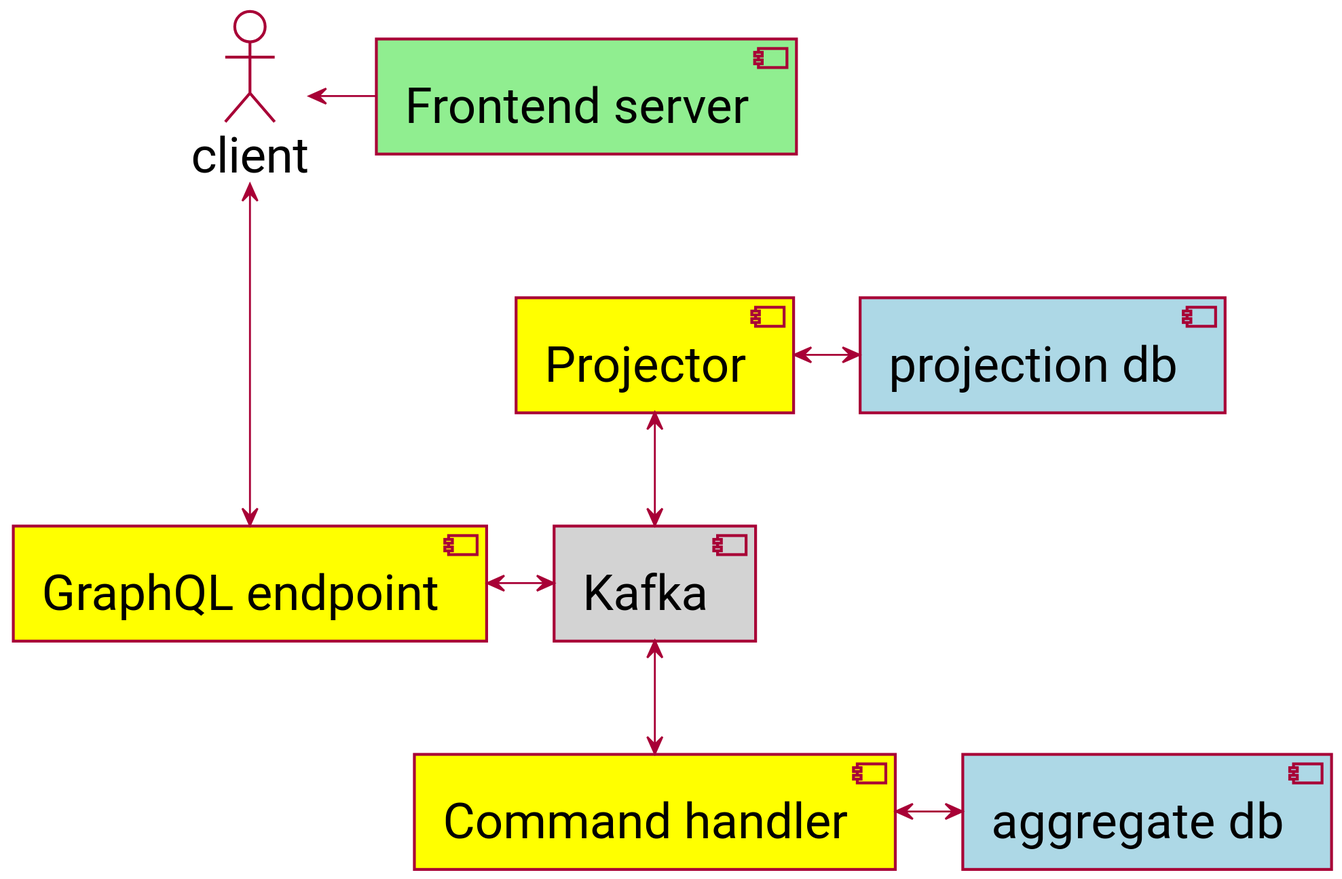
Before: docs/overview.svg, a diagram exported from PlantUML (gklijs/bkes-demo). The source it was exported from:
```plantuml
@startuml
skinparam shadowing false
skinparam defaultFontName Roboto
skinparam defaultFontSize 26

database [projection db] as pgt #LightBlue
database [aggregate db] as pgb #LightBlue
[Kafka] as ka #LightGrey
[Command handler] as ch #Yellow
[Projector] as pr #Yellow
[GraphQL endpoint] as ge #Yellow
[Frontend server] as fs #LightGreen
actor client as cl #White

ge <-right-> ka
cl <- fs
cl <---> ge
ch <-up-> ka
pr <--> ka
ch <-right-> pgb
pr <-right-> pgt
@enduml
```
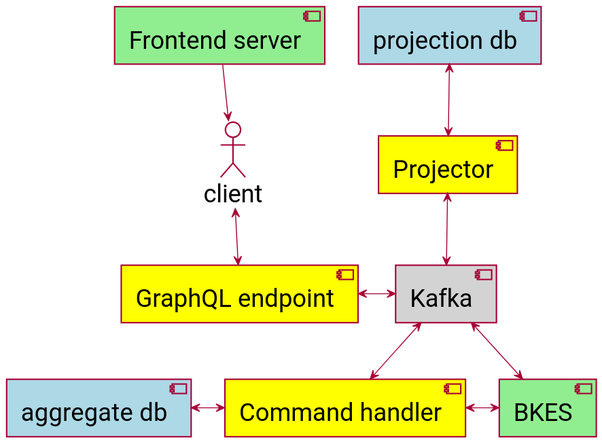
After the commit.

The edit, as a diff of the source:
```diff
@@ -10,13 +10,16 @@
 [Projector] as pr #Yellow
 [GraphQL endpoint] as ge #Yellow
 [Frontend server] as fs #LightGreen
+[BKES] as bk #LightGreen
 actor client as cl #White
 
 ge <-right-> ka
-cl <- fs
-cl <---> ge
+cl <-up- fs
+cl <--> ge
 ch <-up-> ka
 pr <--> ka
-ch <-right-> pgb
-pr <-right-> pgt
+ch <-left-> pgb
+pr <-up-> pgt
+ch <-right-> bk
+bk <-up-> ka
 @enduml
```
